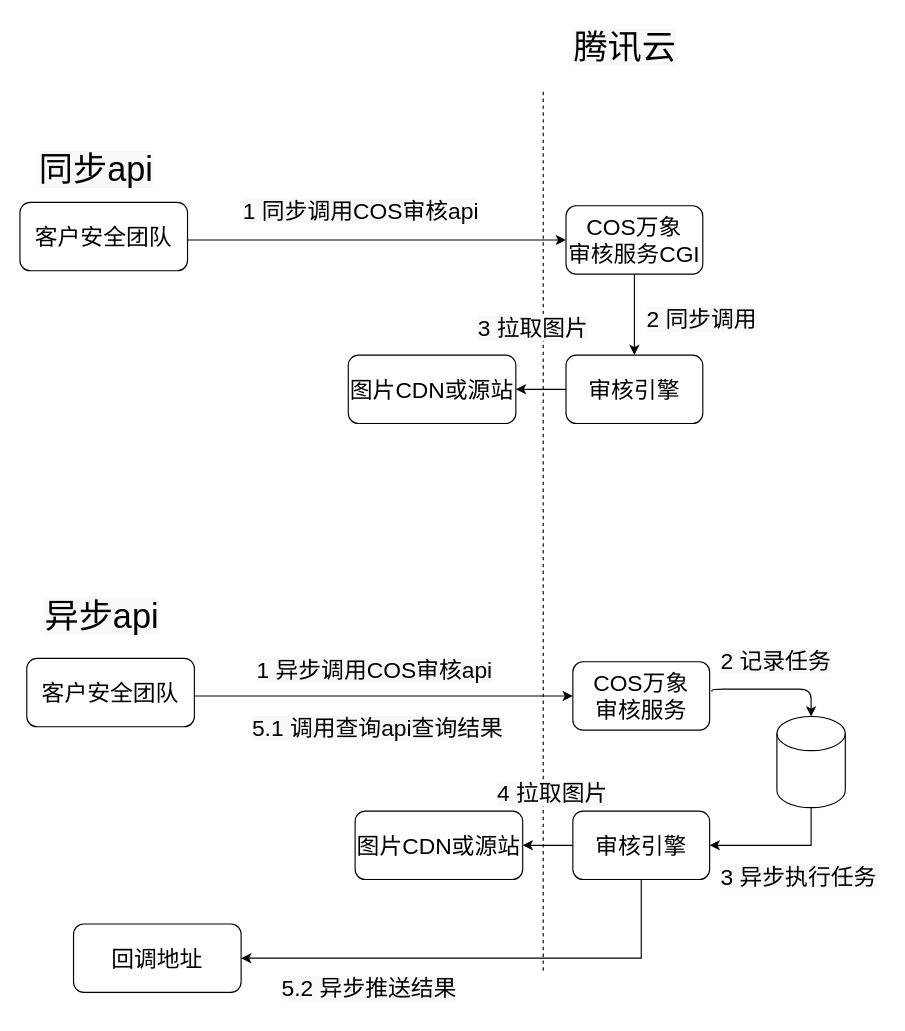
Above: page "vivo" (9 of 9) of CI.drawio in wangnan8791/document (draw.io), before the change. Source tidied: cells renumbered, new cells numbered last; positions are measured from the earlier drawing's top-left corner, leaving out a move shared by most shapes. Both pictures are drawn from the tidied source at 114%, with x=0, y=0 at pixel (19, 19).
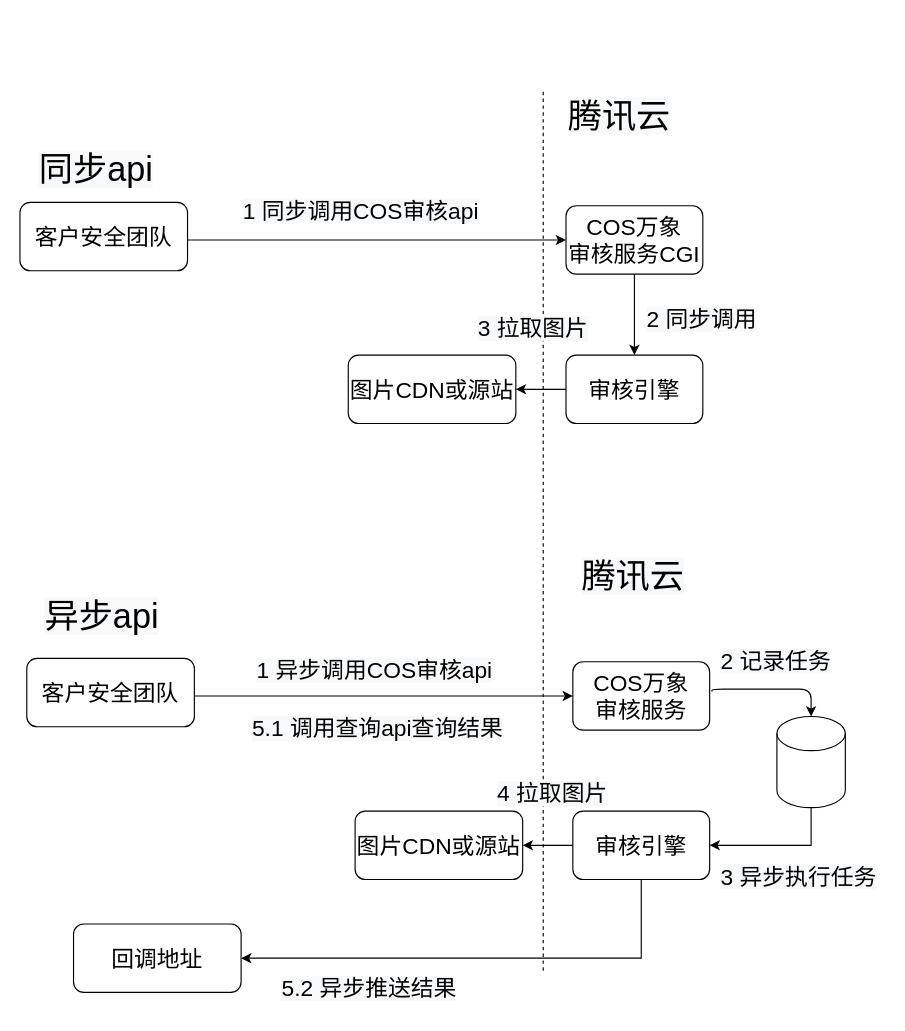
After the change.

Diff of the diagram source:
```diff
@@
     <mxCell id="3" value="&lt;span style=&quot;color: rgb(0 , 0 , 0) ; font-family: &amp;#34;helvetica&amp;#34; ; font-size: 30px ; font-style: normal ; font-weight: 400 ; letter-spacing: normal ; text-align: center ; text-indent: 0px ; text-transform: none ; word-spacing: 0px ; background-color: rgb(248 , 249 , 250) ; display: inline ; float: none&quot;&gt;腾讯云&lt;/span&gt;" style="text;whiteSpace=wrap;html=1;fontSize=30;" parent="1" vertex="1">
-      <mxGeometry x="484" width="96" height="51" as="geometry" />
+      <mxGeometry x="479" y="60" width="96" height="51" as="geometry" />
     </mxCell>
@@
+    <mxCell id="33" value="&lt;span style=&quot;color: rgb(0 , 0 , 0) ; font-family: &amp;#34;helvetica&amp;#34; ; font-size: 30px ; font-style: normal ; font-weight: 400 ; letter-spacing: normal ; text-align: center ; text-indent: 0px ; text-transform: none ; word-spacing: 0px ; background-color: rgb(248 , 249 , 250) ; display: inline ; float: none&quot;&gt;腾讯云&lt;/span&gt;" style="text;whiteSpace=wrap;html=1;fontSize=30;" parent="1" vertex="1">
+      <mxGeometry x="491" y="464" width="96" height="51" as="geometry" />
+    </mxCell>
```
